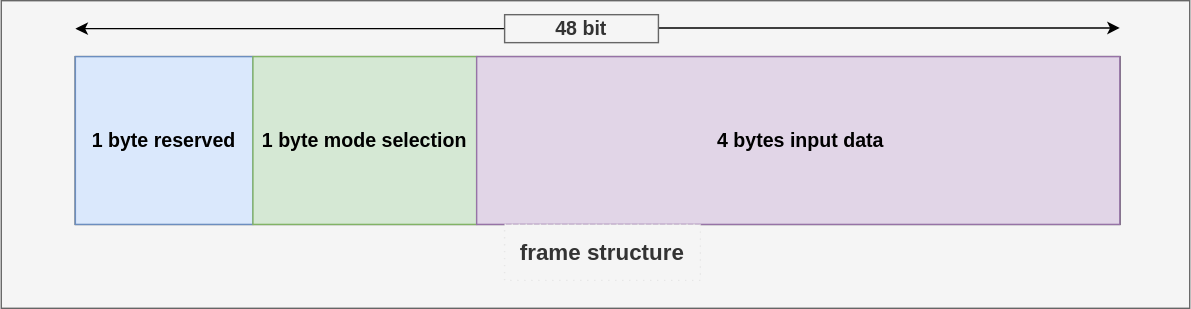
Before: images/Input_data_frame_structure.svg, a diagram exported from draw.io (vicharak-in/cordic). Source tidied: cells renumbered, new cells last; positions are measured from the earlier drawing's top-left corner, leaving out a move shared by most shapes. Its diagram source:
```xml
<mxGraphModel>
  <root>
    <mxCell id="0" />
    <mxCell id="1" parent="0" />
    <mxCell id="2" value="&lt;div&gt;&lt;br&gt;&lt;/div&gt;&lt;div&gt;&lt;br&gt;&lt;/div&gt;&lt;div&gt;&lt;br&gt;&lt;/div&gt;&lt;div&gt;&lt;br&gt;&lt;/div&gt;&lt;div&gt;&lt;br&gt;&lt;/div&gt;&lt;div&gt;&lt;br&gt;&lt;/div&gt;&lt;div&gt;&lt;br&gt;&lt;/div&gt;&lt;div&gt;&lt;br&gt;&lt;/div&gt;&lt;div&gt;frame structure&lt;/div&gt;&lt;div&gt;&lt;br&gt;&lt;/div&gt;" style="rounded=0;whiteSpace=wrap;html=1;fillColor=#f5f5f5;fontColor=#333333;strokeColor=#666666;fontSize=16;fontStyle=1;" parent="1" vertex="1">
      <mxGeometry width="850" height="220" as="geometry" />
    </mxCell>
    <mxCell id="3" style="rounded=0;whiteSpace=wrap;html=1;" parent="1" vertex="1">
      <mxGeometry x="53" y="40" width="747" height="120" as="geometry" />
    </mxCell>
    <mxCell id="4" value="1 byte reserved" style="rounded=0;whiteSpace=wrap;html=1;fillColor=#dae8fc;strokeColor=#6c8ebf;fontSize=14;fontStyle=1;" parent="1" vertex="1">
      <mxGeometry x="53" y="40" width="127" height="120" as="geometry" />
    </mxCell>
    <mxCell id="5" value="1 byte mode selection" style="rounded=0;whiteSpace=wrap;html=1;fillColor=#d5e8d4;strokeColor=#82b366;fontSize=14;fontStyle=1;" parent="1" vertex="1">
      <mxGeometry x="180" y="40" width="160" height="120" as="geometry" />
    </mxCell>
    <mxCell id="6" value="&amp;nbsp;&lt;b&gt;4 bytes input data&lt;/b&gt;" style="rounded=0;whiteSpace=wrap;html=1;fillColor=#e1d5e7;strokeColor=#9673a6;fontSize=14;" parent="1" vertex="1">
      <mxGeometry x="340" y="40" width="460" height="120" as="geometry" />
    </mxCell>
    <mxCell id="7" style="endArrow=classic;html=1;rounded=0;" parent="1" edge="1">
      <mxGeometry relative="1" as="geometry">
        <mxPoint x="470" y="19.5" as="sourcePoint" />
        <mxPoint x="800" y="19.5" as="targetPoint" />
        <Array as="points">
          <mxPoint x="800" y="19.5" />
        </Array>
      </mxGeometry>
    </mxCell>
    <mxCell id="8" style="endArrow=classic;html=1;rounded=0;" parent="1" edge="1">
      <mxGeometry relative="1" as="geometry">
        <mxPoint x="383" y="20" as="sourcePoint" />
        <mxPoint x="53" y="20" as="targetPoint" />
        <Array as="points">
          <mxPoint x="223" y="20" />
          <mxPoint x="53" y="20" />
        </Array>
      </mxGeometry>
    </mxCell>
    <mxCell id="9" value="&lt;b&gt;&lt;font style=&quot;font-size: 14px;&quot;&gt;48 bit&lt;/font&gt;&lt;/b&gt;" style="rounded=0;whiteSpace=wrap;html=1;fillColor=#f5f5f5;fontColor=#333333;strokeColor=#666666;" parent="1" vertex="1">
      <mxGeometry x="360" y="10" width="110" height="20" as="geometry" />
    </mxCell>
    <mxCell id="10" value="frame structure" style="rounded=0;whiteSpace=wrap;html=1;fillColor=#f5f5f5;fontColor=#333333;strokeColor=#E6E6E6;fontSize=16;fontStyle=1;labelBorderColor=none;dashed=1;dashPattern=1 4;" parent="1" vertex="1">
      <mxGeometry x="360" y="160" width="140" height="40" as="geometry" />
    </mxCell>
  </root>
</mxGraphModel>
```
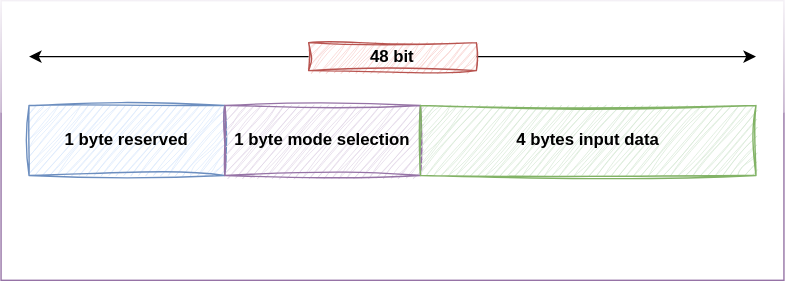
The same diagram one commit later.

What changed in the source:
```diff
@@ -2,45 +2,30 @@
   <root>
     <mxCell id="0" />
     <mxCell id="1" parent="0" />
-    <mxCell id="2" value="&lt;div&gt;&lt;br&gt;&lt;/div&gt;&lt;div&gt;&lt;br&gt;&lt;/div&gt;&lt;div&gt;&lt;br&gt;&lt;/div&gt;&lt;div&gt;&lt;br&gt;&lt;/div&gt;&lt;div&gt;&lt;br&gt;&lt;/div&gt;&lt;div&gt;&lt;br&gt;&lt;/div&gt;&lt;div&gt;&lt;br&gt;&lt;/div&gt;&lt;div&gt;&lt;br&gt;&lt;/div&gt;&lt;div&gt;frame structure&lt;/div&gt;&lt;div&gt;&lt;br&gt;&lt;/div&gt;" style="rounded=0;whiteSpace=wrap;html=1;fillColor=#f5f5f5;fontColor=#333333;strokeColor=#666666;fontSize=16;fontStyle=1;" parent="1" vertex="1">
-      <mxGeometry width="850" height="220" as="geometry" />
-    </mxCell>
-    <mxCell id="3" style="rounded=0;whiteSpace=wrap;html=1;" parent="1" vertex="1">
-      <mxGeometry x="53" y="40" width="747" height="120" as="geometry" />
-    </mxCell>
+    <mxCell id="11" style="rounded=0;html=1;fillColor=#FFFFFF;labelBorderColor=default;textShadow=0;whiteSpace=wrap;strokeColor=#9673a6;glass=1;" parent="1" vertex="1">
+      <mxGeometry x="120" y="50" width="560" height="200" as="geometry" />
+    </mxCell>
-    <mxCell id="4" value="1 byte reserved" style="rounded=0;whiteSpace=wrap;html=1;fillColor=#dae8fc;strokeColor=#6c8ebf;fontSize=14;fontStyle=1;" parent="1" vertex="1">
-      <mxGeometry x="53" y="40" width="127" height="120" as="geometry" />
+    <mxCell id="4" value="1 byte reserved" style="rounded=0;whiteSpace=wrap;html=1;sketch=1;curveFitting=1;jiggle=2;fillColor=#dae8fc;strokeColor=#6c8ebf;fontStyle=1;" parent="1" vertex="1">
+      <mxGeometry x="140" y="125" width="140" height="50" as="geometry" />
     </mxCell>
-    <mxCell id="5" value="1 byte mode selection" style="rounded=0;whiteSpace=wrap;html=1;fillColor=#d5e8d4;strokeColor=#82b366;fontSize=14;fontStyle=1;" parent="1" vertex="1">
-      <mxGeometry x="180" y="40" width="160" height="120" as="geometry" />
+    <mxCell id="5" value="1 byte mode selection" style="rounded=0;whiteSpace=wrap;html=1;fillColor=#e1d5e7;strokeColor=#9673a6;sketch=1;curveFitting=1;jiggle=2;fontStyle=1;" parent="1" vertex="1">
+      <mxGeometry x="280" y="125" width="140" height="50" as="geometry" />
     </mxCell>
-    <mxCell id="6" value="&amp;nbsp;&lt;b&gt;4 bytes input data&lt;/b&gt;" style="rounded=0;whiteSpace=wrap;html=1;fillColor=#e1d5e7;strokeColor=#9673a6;fontSize=14;" parent="1" vertex="1">
-      <mxGeometry x="340" y="40" width="460" height="120" as="geometry" />
+    <mxCell id="6" value="4 bytes input data" style="rounded=0;whiteSpace=wrap;html=1;sketch=1;curveFitting=1;jiggle=2;fillColor=#d5e8d4;strokeColor=#82b366;fontStyle=1;" parent="1" vertex="1">
+      <mxGeometry x="420" y="125" width="240" height="50" as="geometry" />
     </mxCell>
-    <mxCell id="7" style="endArrow=classic;html=1;rounded=0;" parent="1" edge="1">
-      <mxGeometry relative="1" as="geometry">
-        <mxPoint x="470" y="19.5" as="sourcePoint" />
-        <mxPoint x="800" y="19.5" as="targetPoint" />
-        <Array as="points">
-          <mxPoint x="800" y="19.5" />
-        </Array>
-      </mxGeometry>
-    </mxCell>
-    <mxCell id="8" style="endArrow=classic;html=1;rounded=0;" parent="1" edge="1">
-      <mxGeometry relative="1" as="geometry">
-        <mxPoint x="383" y="20" as="sourcePoint" />
-        <mxPoint x="53" y="20" as="targetPoint" />
-        <Array as="points">
-          <mxPoint x="223" y="20" />
-          <mxPoint x="53" y="20" />
-        </Array>
-      </mxGeometry>
-    </mxCell>
+    <mxCell id="12" style="endArrow=classic;html=1;rounded=0;exitX=1;exitY=0.5;exitDx=0;exitDy=0;" parent="1" edge="1" source="9">
+      <mxGeometry relative="1" as="geometry">
+        <mxPoint x="660" y="90" as="targetPoint" />
+      </mxGeometry>
+    </mxCell>
+    <mxCell id="13" style="endArrow=classic;html=1;rounded=0;" parent="1" edge="1" source="9">
+      <mxGeometry relative="1" as="geometry">
+        <mxPoint x="140" y="90" as="targetPoint" />
+      </mxGeometry>
+    </mxCell>
-    <mxCell id="9" value="&lt;b&gt;&lt;font style=&quot;font-size: 14px;&quot;&gt;48 bit&lt;/font&gt;&lt;/b&gt;" style="rounded=0;whiteSpace=wrap;html=1;fillColor=#f5f5f5;fontColor=#333333;strokeColor=#666666;" parent="1" vertex="1">
-      <mxGeometry x="360" y="10" width="110" height="20" as="geometry" />
+    <mxCell id="9" value="48 bit" style="rounded=0;whiteSpace=wrap;html=1;fontStyle=1;fillColor=#f8cecc;strokeColor=#b85450;sketch=1;curveFitting=1;jiggle=2;" parent="1" vertex="1">
+      <mxGeometry x="340" y="80" width="120" height="20" as="geometry" />
     </mxCell>
-    <mxCell id="10" value="frame structure" style="rounded=0;whiteSpace=wrap;html=1;fillColor=#f5f5f5;fontColor=#333333;strokeColor=#E6E6E6;fontSize=16;fontStyle=1;labelBorderColor=none;dashed=1;dashPattern=1 4;" parent="1" vertex="1">
-      <mxGeometry x="360" y="160" width="140" height="40" as="geometry" />
-    </mxCell>
   </root>
 </mxGraphModel>
```
